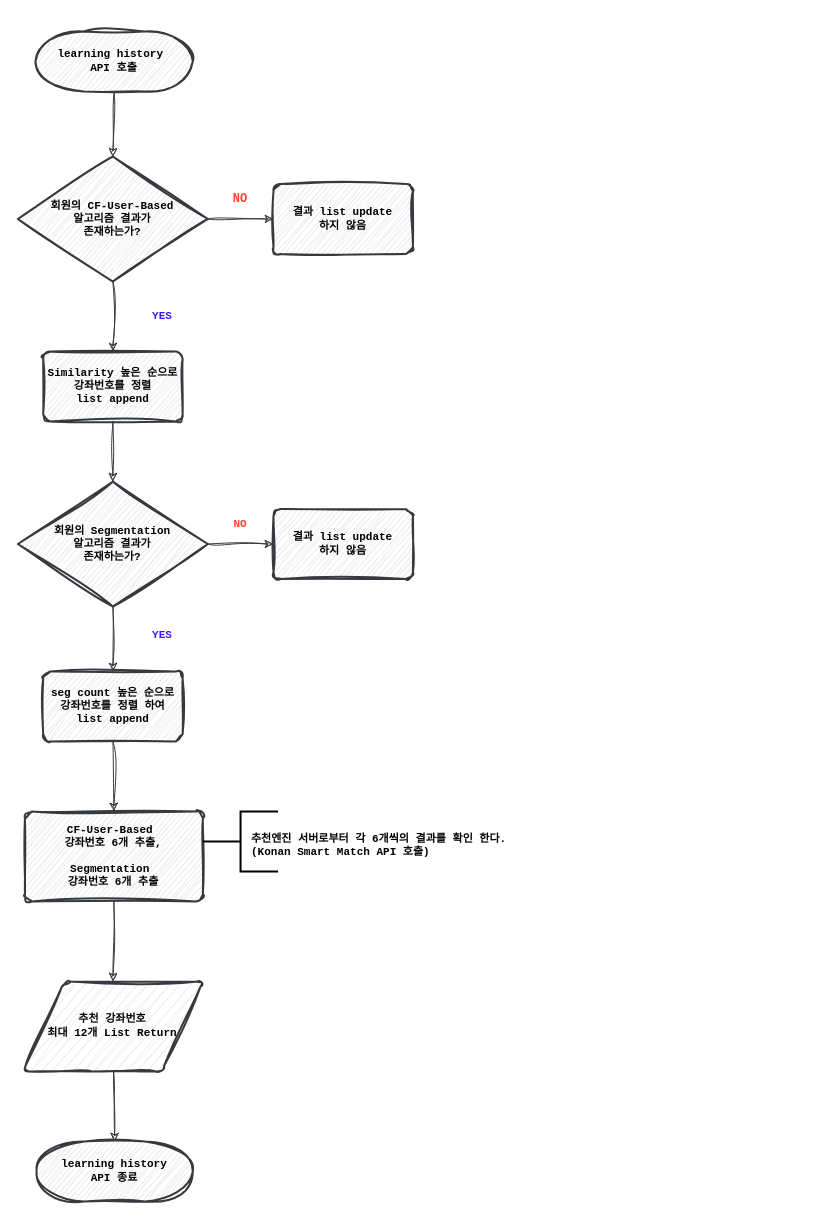
The draw.io diagram learning_history_api.drawio in k1mtaeye07/nile, before the edit. Source tidied: cells renumbered, new cells numbered last; positions are measured from the earlier drawing's top-left corner, leaving out a move shared by most shapes. Both pictures are drawn from the tidied source at 100%, with x=0, y=0 at pixel (17, 31).
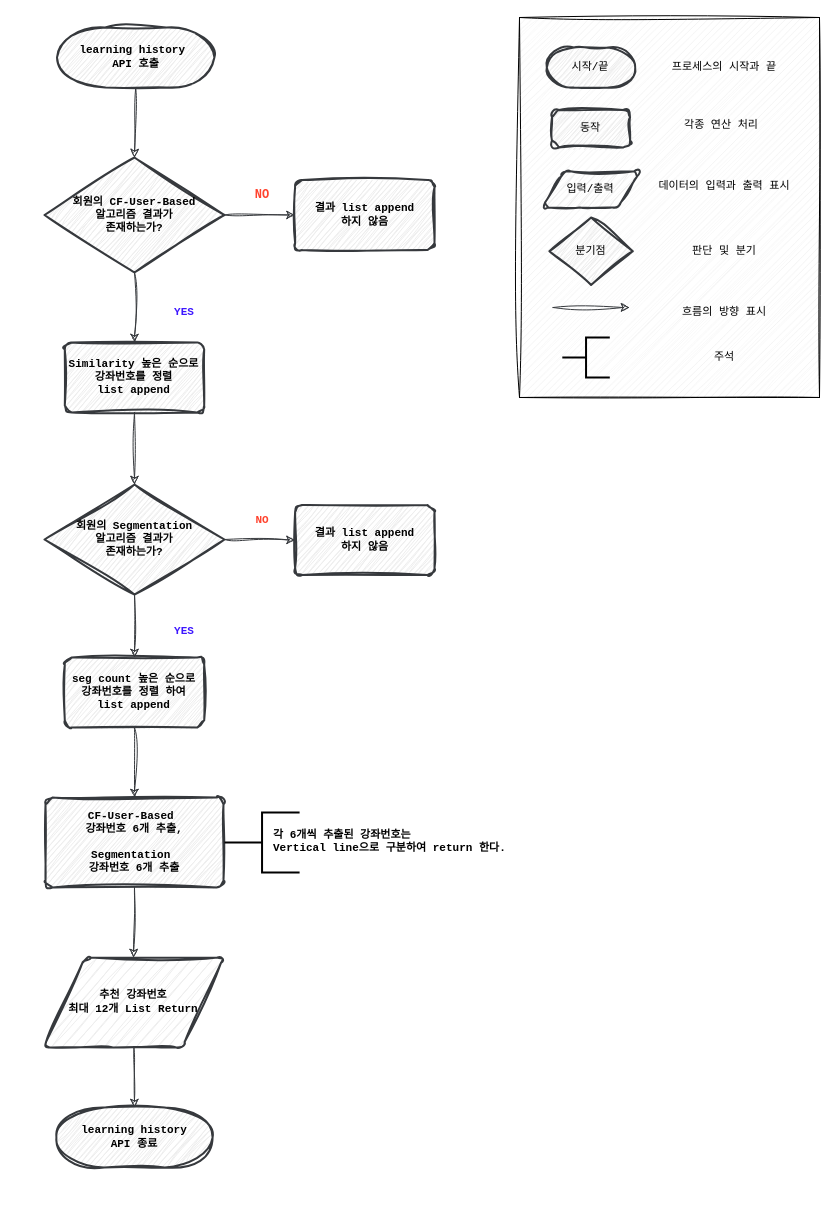
The same page after the edit.

Change to the diagram source:
```diff
@@
+    <mxCell id="27" style="verticalLabelPosition=bottom;verticalAlign=top;html=1;shape=mxgraph.basic.patternFillRect;fillStyle=diag;step=5;fillStrokeWidth=0.2;fillStrokeColor=#dddddd;sketch=1;hachureGap=4;jiggle=2;curveFitting=1;fontFamily=Courier New;fontStyle=0;" parent="1" vertex="1">
+      <mxGeometry x="502" y="-14" width="300" height="380" as="geometry" />
+    </mxCell>
     <mxCell id="2" value="learning history&amp;nbsp;&lt;div&gt;API 호출&lt;/div&gt;" style="strokeWidth=2;html=1;shape=mxgraph.flowchart.terminator;whiteSpace=wrap;sketch=1;hachureGap=4;jiggle=2;curveFitting=1;fontFamily=Courier New;labelBackgroundColor=none;fontStyle=1;fillColor=#eeeeee;strokeColor=#36393d;fontSize=11;" parent="1" vertex="1">
-      <mxGeometry x="17.9" width="157.4" height="60" as="geometry" />
+      <mxGeometry x="39.5" y="-4" width="157.4" height="60" as="geometry" />
     </mxCell>
@@
     <mxCell id="4" value="회원의 CF-User-Based&lt;div style=&quot;font-size: 11px;&quot;&gt;알고리즘 결과가&lt;/div&gt;&lt;div style=&quot;font-size: 11px;&quot;&gt;존재하는가?&lt;/div&gt;" style="strokeWidth=2;html=1;shape=mxgraph.flowchart.decision;whiteSpace=wrap;sketch=1;hachureGap=4;jiggle=2;curveFitting=1;fontFamily=Courier New;fillColor=#eeeeee;strokeColor=#36393d;fontSize=11;fontStyle=1;" parent="1" vertex="1">
-      <mxGeometry x="0.4" y="125" width="190" height="125" as="geometry" />
+      <mxGeometry x="27" y="126" width="180" height="115" as="geometry" />
     </mxCell>
@@
     <mxCell id="6" value="NO" style="text;html=1;align=center;verticalAlign=middle;whiteSpace=wrap;rounded=0;fontFamily=Courier New;fontSize=12;fillColor=none;fontStyle=1;fontColor=#FF432E;" parent="1" vertex="1">
-      <mxGeometry x="193.1" y="152.5" width="60" height="30" as="geometry" />
+      <mxGeometry x="214.6" y="148.5" width="60" height="30" as="geometry" />
     </mxCell>
-    <mxCell id="7" value="&lt;div style=&quot;font-size: 11px;&quot;&gt;결과 list update&lt;/div&gt;&lt;div style=&quot;font-size: 11px;&quot;&gt;하지 않음&lt;/div&gt;" style="rounded=1;whiteSpace=wrap;html=1;absoluteArcSize=1;arcSize=14;strokeWidth=2;sketch=1;hachureGap=4;jiggle=2;curveFitting=1;fontFamily=Courier New;fillColor=#eeeeee;strokeColor=#36393d;fontSize=11;fontStyle=1;" parent="1" vertex="1">
-      <mxGeometry x="256" y="152.5" width="139.4" height="70" as="geometry" />
+    <mxCell id="7" value="&lt;div style=&quot;font-size: 11px;&quot;&gt;결과 list append&lt;/div&gt;&lt;div style=&quot;font-size: 11px;&quot;&gt;하지 않음&lt;/div&gt;" style="rounded=1;whiteSpace=wrap;html=1;absoluteArcSize=1;arcSize=14;strokeWidth=2;sketch=1;hachureGap=4;jiggle=2;curveFitting=1;fontFamily=Courier New;fillColor=#eeeeee;strokeColor=#36393d;fontSize=11;fontStyle=1;" parent="1" vertex="1">
+      <mxGeometry x="277.6" y="148.5" width="139.4" height="70" as="geometry" />
     </mxCell>
     <mxCell id="8" value="YES" style="text;html=1;align=center;verticalAlign=middle;whiteSpace=wrap;rounded=0;fontFamily=Courier New;fontSize=11;fillColor=none;fontStyle=1;fontColor=#3E17FF;" parent="1" vertex="1">
-      <mxGeometry x="115.3" y="270" width="60" height="30" as="geometry" />
+      <mxGeometry x="136.9" y="266" width="60" height="30" as="geometry" />
     </mxCell>
@@
     <mxCell id="10" value="&lt;div style=&quot;font-size: 11px;&quot;&gt;Similarity&amp;nbsp;&lt;span style=&quot;background-color: initial; font-size: 11px;&quot;&gt;높은 순으로&lt;/span&gt;&lt;/div&gt;&lt;div style=&quot;font-size: 11px;&quot;&gt;&lt;span style=&quot;background-color: initial; font-size: 11px;&quot;&gt;강좌번호를&amp;nbsp;&lt;/span&gt;&lt;span style=&quot;background-color: initial; font-size: 11px;&quot;&gt;정렬&lt;/span&gt;&lt;/div&gt;&lt;div style=&quot;font-size: 11px;&quot;&gt;list append&lt;/div&gt;" style="rounded=1;whiteSpace=wrap;html=1;absoluteArcSize=1;arcSize=14;strokeWidth=2;sketch=1;hachureGap=4;jiggle=2;curveFitting=1;fontFamily=Courier New;fillColor=#eeeeee;strokeColor=#36393d;fontSize=11;fontStyle=1;" parent="1" vertex="1">
-      <mxGeometry x="25.7" y="320" width="139.4" height="70" as="geometry" />
+      <mxGeometry x="47.3" y="311" width="139.4" height="70" as="geometry" />
     </mxCell>
@@
     <mxCell id="12" value="회원의 Segmentation&lt;div style=&quot;font-size: 11px;&quot;&gt;알고리즘 결과가&lt;/div&gt;&lt;div style=&quot;font-size: 11px;&quot;&gt;존재하는가?&lt;/div&gt;" style="strokeWidth=2;html=1;shape=mxgraph.flowchart.decision;whiteSpace=wrap;sketch=1;hachureGap=4;jiggle=2;curveFitting=1;fontFamily=Courier New;fillColor=#eeeeee;strokeColor=#36393d;fontSize=11;fontStyle=1;" parent="1" vertex="1">
-      <mxGeometry x="0.4" y="450" width="190" height="125" as="geometry" />
+      <mxGeometry x="27" y="453" width="180" height="110" as="geometry" />
     </mxCell>
     <mxCell id="13" value="&lt;div style=&quot;font-size: 11px;&quot;&gt;seg count&amp;nbsp;&lt;span style=&quot;background-color: initial; font-size: 11px;&quot;&gt;높은 순으로&lt;/span&gt;&lt;/div&gt;&lt;div style=&quot;font-size: 11px;&quot;&gt;&lt;span style=&quot;background-color: initial; font-size: 11px;&quot;&gt;강좌번호를&amp;nbsp;&lt;/span&gt;&lt;span style=&quot;background-color: initial; font-size: 11px;&quot;&gt;정렬 하여&lt;/span&gt;&lt;/div&gt;&lt;div style=&quot;font-size: 11px;&quot;&gt;list append&lt;/div&gt;" style="rounded=1;whiteSpace=wrap;html=1;absoluteArcSize=1;arcSize=14;strokeWidth=2;sketch=1;hachureGap=4;jiggle=2;curveFitting=1;fontFamily=Courier New;fillColor=#eeeeee;strokeColor=#36393d;fontSize=11;fontStyle=1;" parent="1" vertex="1">
-      <mxGeometry x="25.7" y="640" width="139.4" height="70" as="geometry" />
+      <mxGeometry x="47.3" y="626" width="139.4" height="70" as="geometry" />
     </mxCell>
@@
     <mxCell id="16" value="NO" style="text;html=1;align=center;verticalAlign=middle;whiteSpace=wrap;rounded=0;fontFamily=Courier New;fontSize=11;fillColor=none;fontStyle=1;fontColor=#FF432E;" parent="1" vertex="1">
-      <mxGeometry x="193.1" y="477.5" width="60" height="30" as="geometry" />
+      <mxGeometry x="214.6" y="473.5" width="60" height="30" as="geometry" />
     </mxCell>
-    <mxCell id="17" value="&lt;div style=&quot;font-size: 11px;&quot;&gt;결과 list update&lt;/div&gt;&lt;div style=&quot;font-size: 11px;&quot;&gt;하지 않음&lt;/div&gt;" style="rounded=1;whiteSpace=wrap;html=1;absoluteArcSize=1;arcSize=14;strokeWidth=2;sketch=1;hachureGap=4;jiggle=2;curveFitting=1;fontFamily=Courier New;fillColor=#eeeeee;strokeColor=#36393d;fontSize=11;fontStyle=1;" parent="1" vertex="1">
-      <mxGeometry x="256" y="477.5" width="139.4" height="70" as="geometry" />
+    <mxCell id="17" value="&lt;div style=&quot;font-size: 11px;&quot;&gt;결과 list append&lt;/div&gt;&lt;div style=&quot;font-size: 11px;&quot;&gt;하지 않음&lt;/div&gt;" style="rounded=1;whiteSpace=wrap;html=1;absoluteArcSize=1;arcSize=14;strokeWidth=2;sketch=1;hachureGap=4;jiggle=2;curveFitting=1;fontFamily=Courier New;fillColor=#eeeeee;strokeColor=#36393d;fontSize=11;fontStyle=1;" parent="1" vertex="1">
+      <mxGeometry x="277.6" y="473.5" width="139.4" height="70" as="geometry" />
     </mxCell>
     <mxCell id="18" value="YES" style="text;html=1;align=center;verticalAlign=middle;whiteSpace=wrap;rounded=0;fontFamily=Courier New;fontSize=11;fillColor=none;fontStyle=1;fontColor=#3E17FF;" parent="1" vertex="1">
-      <mxGeometry x="115.3" y="589" width="60" height="30" as="geometry" />
+      <mxGeometry x="136.9" y="585" width="60" height="30" as="geometry" />
     </mxCell>
     <mxCell id="19" value="CF-User-Based&amp;nbsp;&lt;div&gt;강좌번호 6개 추출,&lt;/div&gt;&lt;div&gt;&lt;br&gt;&lt;div style=&quot;font-size: 11px;&quot;&gt;Segmentation&amp;nbsp;&lt;/div&gt;&lt;div style=&quot;font-size: 11px;&quot;&gt;강좌번호 6개 추출&lt;br style=&quot;font-size: 11px;&quot;&gt;&lt;/div&gt;&lt;/div&gt;" style="rounded=1;whiteSpace=wrap;html=1;absoluteArcSize=1;arcSize=14;strokeWidth=2;sketch=1;hachureGap=4;jiggle=2;curveFitting=1;fontFamily=Courier New;fillColor=#eeeeee;strokeColor=#36393d;fontSize=11;fontStyle=1;" parent="1" vertex="1">
-      <mxGeometry x="7.4" y="780" width="178" height="90" as="geometry" />
+      <mxGeometry x="28" y="766" width="178" height="90" as="geometry" />
     </mxCell>
@@
     <mxCell id="23" value="learning history&lt;div&gt;API 종료&lt;/div&gt;" style="strokeWidth=2;html=1;shape=mxgraph.flowchart.terminator;whiteSpace=wrap;sketch=1;hachureGap=4;jiggle=2;curveFitting=1;fontFamily=Courier New;labelBackgroundColor=none;fontStyle=1;fillColor=#eeeeee;strokeColor=#36393d;fontSize=11;" parent="1" vertex="1">
-      <mxGeometry x="19.1" y="1110" width="156.2" height="60" as="geometry" />
+      <mxGeometry x="38.9" y="1076" width="156.2" height="60" as="geometry" />
     </mxCell>
     <mxCell id="24" value="&lt;span style=&quot;font-size: 11px;&quot;&gt;추천 강좌번호&lt;/span&gt;&lt;div style=&quot;font-size: 11px;&quot;&gt;최대 12개&amp;nbsp;&lt;span style=&quot;background-color: initial; font-size: 11px;&quot;&gt;List Return&lt;/span&gt;&lt;/div&gt;" style="shape=parallelogram;html=1;strokeWidth=2;perimeter=parallelogramPerimeter;whiteSpace=wrap;rounded=1;arcSize=12;size=0.23;fillColor=#eeeeee;strokeColor=#36393d;sketch=1;curveFitting=1;jiggle=2;fontFamily=Courier New;fontSize=11;fontStyle=1;" parent="1" vertex="1">
-      <mxGeometry x="5.4" y="950" width="180" height="90" as="geometry" />
+      <mxGeometry x="26" y="926" width="180" height="90" as="geometry" />
     </mxCell>
     <mxCell id="25" style="strokeWidth=2;html=1;shape=mxgraph.flowchart.annotation_2;align=left;labelPosition=right;fontFamily=Courier New;fontSize=11;fontStyle=1;" parent="1" vertex="1">
-      <mxGeometry x="185.5" y="780" width="75.1" height="60" as="geometry" />
+      <mxGeometry x="207" y="781" width="75.1" height="60" as="geometry" />
     </mxCell>
-    <mxCell id="26" value="&lt;div style=&quot;font-size: 11px;&quot;&gt;&lt;span style=&quot;background-color: initial; font-size: 11px;&quot;&gt;추천엔진 서버로부터 각 6개씩의 결과를 확인 한다.&lt;/span&gt;&lt;/div&gt;&lt;div style=&quot;font-size: 11px;&quot;&gt;&lt;span style=&quot;font-size: 11px;&quot;&gt;&lt;span style=&quot;background-color: initial; font-size: 11px;&quot;&gt;(&lt;/span&gt;&lt;span style=&quot;background-color: initial; font-size: 11px;&quot;&gt;Konan Smart Match API 호출&lt;/span&gt;&lt;span style=&quot;background-color: initial; font-size: 11px;&quot;&gt;)&lt;/span&gt;&lt;/span&gt;&lt;/div&gt;" style="text;whiteSpace=wrap;html=1;align=left;fontFamily=Courier New;fontSize=11;fontStyle=1;" parent="1" vertex="1">
-      <mxGeometry x="232" y="795" width="280" height="60" as="geometry" />
+    <mxCell id="26" value="&lt;div style=&quot;font-size: 11px;&quot;&gt;&lt;span style=&quot;background-color: initial; font-size: 11px;&quot;&gt;각 6개씩 추출된 강좌번호는&lt;/span&gt;&lt;/div&gt;&lt;div style=&quot;font-size: 11px;&quot;&gt;&lt;span style=&quot;background-color: initial; font-size: 11px;&quot;&gt;Vertical line으로 구분하여 return 한다.&lt;/span&gt;&lt;/div&gt;" style="text;whiteSpace=wrap;html=1;align=left;fontFamily=Courier New;fontSize=11;fontStyle=1;" parent="1" vertex="1">
+      <mxGeometry x="253.5" y="790.5" width="248.5" height="41" as="geometry" />
     </mxCell>
+    <mxCell id="28" value="시작/끝" style="strokeWidth=2;html=1;shape=mxgraph.flowchart.terminator;whiteSpace=wrap;sketch=1;hachureGap=4;jiggle=2;curveFitting=1;fontFamily=Courier New;labelBackgroundColor=none;fontStyle=0;fillColor=#eeeeee;strokeColor=#36393d;fontSize=11;" parent="1" vertex="1">
+      <mxGeometry x="529.3" y="16" width="88.4" height="40" as="geometry" />
+    </mxCell>
+    <mxCell id="29" value="&lt;font style=&quot;font-size: 11px;&quot;&gt;프로세스의 시작과 끝&lt;/font&gt;" style="text;html=1;align=center;verticalAlign=middle;whiteSpace=wrap;rounded=0;fontFamily=Courier New;fontSize=11;fontStyle=0;" parent="1" vertex="1">
+      <mxGeometry x="642" y="21" width="130" height="30" as="geometry" />
+    </mxCell>
+    <mxCell id="30" value="&lt;div style=&quot;font-size: 11px;&quot;&gt;동작&lt;/div&gt;" style="rounded=1;whiteSpace=wrap;html=1;absoluteArcSize=1;arcSize=14;strokeWidth=2;sketch=1;hachureGap=4;jiggle=2;curveFitting=1;fontFamily=Courier New;fillColor=#eeeeee;strokeColor=#36393d;fontSize=11;fontStyle=0;" parent="1" vertex="1">
+      <mxGeometry x="534.5" y="78.5" width="78.1" height="37.5" as="geometry" />
+    </mxCell>
+    <mxCell id="31" value="&lt;font style=&quot;font-size: 11px;&quot;&gt;각종 연산 처리&lt;/font&gt;" style="text;html=1;align=center;verticalAlign=middle;whiteSpace=wrap;rounded=0;fontFamily=Courier New;fontSize=11;fontStyle=0;" parent="1" vertex="1">
+      <mxGeometry x="639.4" y="78.5" width="130" height="30" as="geometry" />
+    </mxCell>
+    <mxCell id="32" value="입력/출력" style="shape=parallelogram;html=1;strokeWidth=2;perimeter=parallelogramPerimeter;whiteSpace=wrap;rounded=1;arcSize=12;size=0.23;fillColor=#eeeeee;strokeColor=#36393d;sketch=1;curveFitting=1;jiggle=2;fontFamily=Courier New;fontSize=11;fontStyle=0;" parent="1" vertex="1">
+      <mxGeometry x="524.4" y="139.8" width="98.4" height="36.2" as="geometry" />
+    </mxCell>
+    <mxCell id="33" value="&lt;font style=&quot;font-size: 11px;&quot;&gt;데이터의 입력과 출력 표시&lt;/font&gt;" style="text;html=1;align=center;verticalAlign=middle;whiteSpace=wrap;rounded=0;fontFamily=Courier New;fontSize=11;fontStyle=0;" parent="1" vertex="1">
+      <mxGeometry x="627" y="139.8" width="160" height="30" as="geometry" />
+    </mxCell>
+    <mxCell id="34" value="분기점" style="strokeWidth=2;html=1;shape=mxgraph.flowchart.decision;whiteSpace=wrap;sketch=1;hachureGap=4;jiggle=2;curveFitting=1;fontFamily=Courier New;fillColor=#eeeeee;strokeColor=#36393d;fontSize=11;fontStyle=0;" parent="1" vertex="1">
+      <mxGeometry x="531.9" y="186" width="83.4" height="67.5" as="geometry" />
+    </mxCell>
+    <mxCell id="35" value="&lt;font style=&quot;font-size: 11px;&quot;&gt;판단 및 분기&lt;/font&gt;" style="text;html=1;align=center;verticalAlign=middle;whiteSpace=wrap;rounded=0;fontFamily=Courier New;fontSize=11;fontStyle=0;" parent="1" vertex="1">
+      <mxGeometry x="627" y="204.8" width="160" height="30" as="geometry" />
+    </mxCell>
+    <mxCell id="36" style="endArrow=classic;html=1;rounded=0;sketch=1;hachureGap=4;jiggle=2;curveFitting=1;fontFamily=Courier New;exitX=0.5;exitY=1;exitDx=0;exitDy=0;exitPerimeter=0;fillColor=#eeeeee;strokeColor=#36393d;fontSize=11;fontStyle=0;" parent="1" edge="1">
+      <mxGeometry relative="1" as="geometry">
+        <mxPoint x="535.5" y="276" as="sourcePoint" />
+        <mxPoint x="612" y="276" as="targetPoint" />
+      </mxGeometry>
+    </mxCell>
+    <mxCell id="37" value="&lt;font style=&quot;font-size: 11px;&quot;&gt;흐름의 방향 표시&lt;/font&gt;" style="text;html=1;align=center;verticalAlign=middle;whiteSpace=wrap;rounded=0;fontFamily=Courier New;fontSize=11;fontStyle=0;" parent="1" vertex="1">
+      <mxGeometry x="627" y="266" width="160" height="30" as="geometry" />
+    </mxCell>
+    <mxCell id="38" style="strokeWidth=2;html=1;shape=mxgraph.flowchart.annotation_2;align=left;labelPosition=right;fontFamily=Courier New;fontSize=11;fontStyle=0;" parent="1" vertex="1">
+      <mxGeometry x="544.8" y="306" width="47.5" height="40" as="geometry" />
+    </mxCell>
+    <mxCell id="39" value="&lt;font style=&quot;font-size: 11px;&quot;&gt;주석&lt;/font&gt;" style="text;html=1;align=center;verticalAlign=middle;whiteSpace=wrap;rounded=0;fontFamily=Courier New;fontSize=11;fontStyle=0;" parent="1" vertex="1">
+      <mxGeometry x="627" y="311" width="160" height="30" as="geometry" />
+    </mxCell>
```
